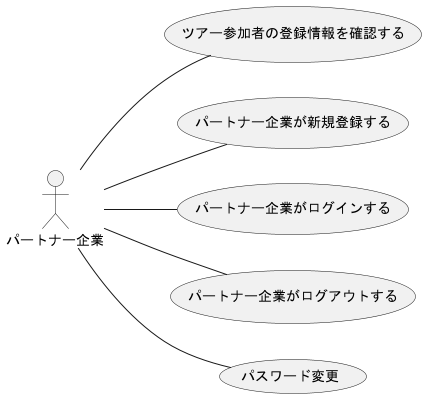
ksw2270227/GroupF keeps this PlantUML diagram as out/F_usecase_client/パートナー企業_usecase(1).png. Above is the earlier version. Source of this version:
```plantuml
@startuml パートナー企業_usecase(1)
left to right direction
actor パートナー企業

パートナー企業 -- (ツアー参加者の登録情報を確認する)
パートナー企業 -- (パートナー企業が新規登録する)
パートナー企業 -- (パートナー企業がログインする)
パートナー企業 -- (パートナー企業がログアウトする)
パートナー企業 -- (パスワード変更)
@enduml
```
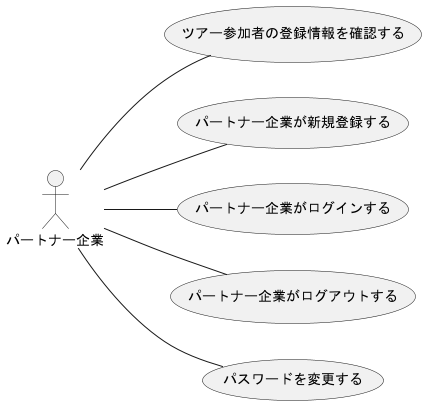
The same file after the commit.

What changed in the source:
```diff
@@ -6,5 +6,5 @@
 パートナー企業 -- (パートナー企業が新規登録する)
 パートナー企業 -- (パートナー企業がログインする)
 パートナー企業 -- (パートナー企業がログアウトする)
-パートナー企業 -- (パスワード変更)
+パートナー企業 -- (パスワードを変更する)
 @enduml
```
